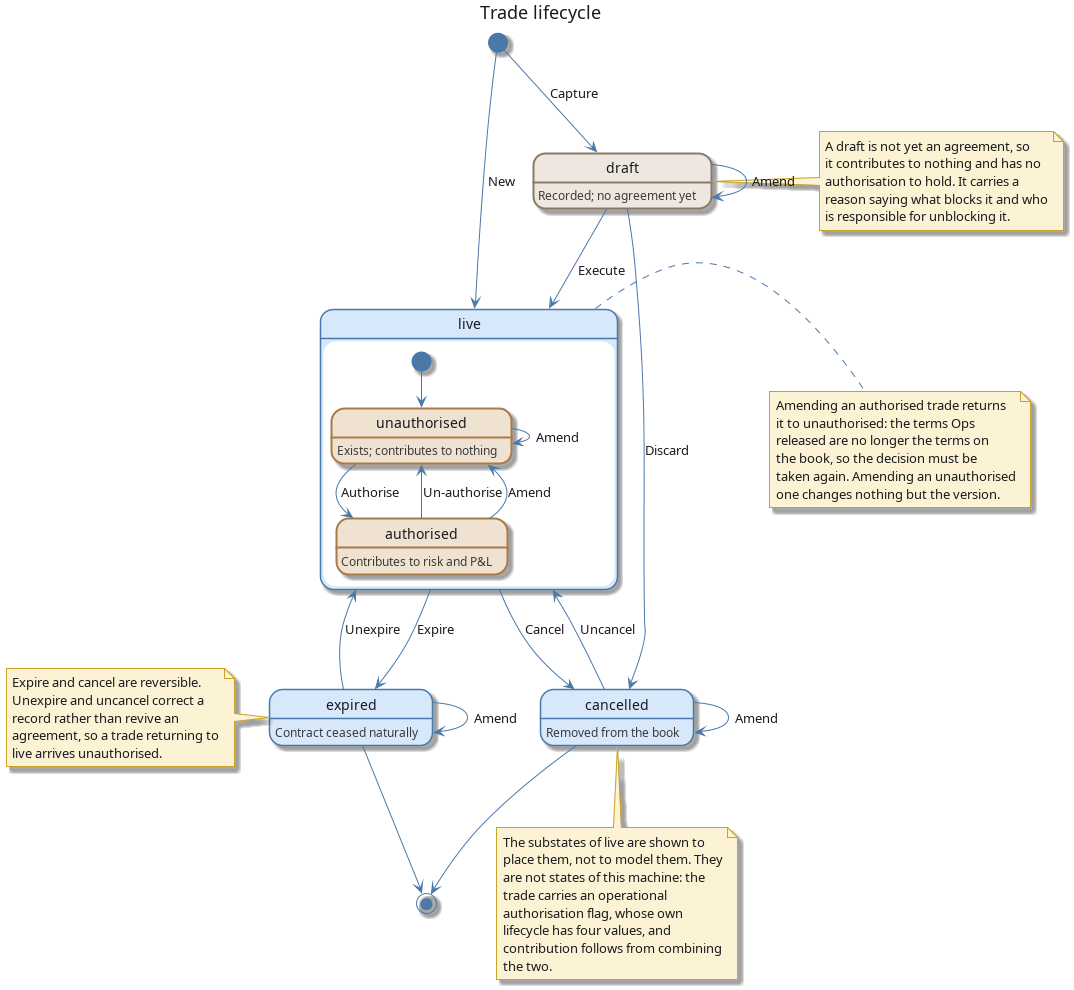
OreStudio/OreStudio keeps this PlantUML diagram as doc/knowledge/domain/trade_status_lifecycle.png. Above is the earlier version. Its source is kept beside it as doc/knowledge/domain/trade_status_lifecycle.puml.
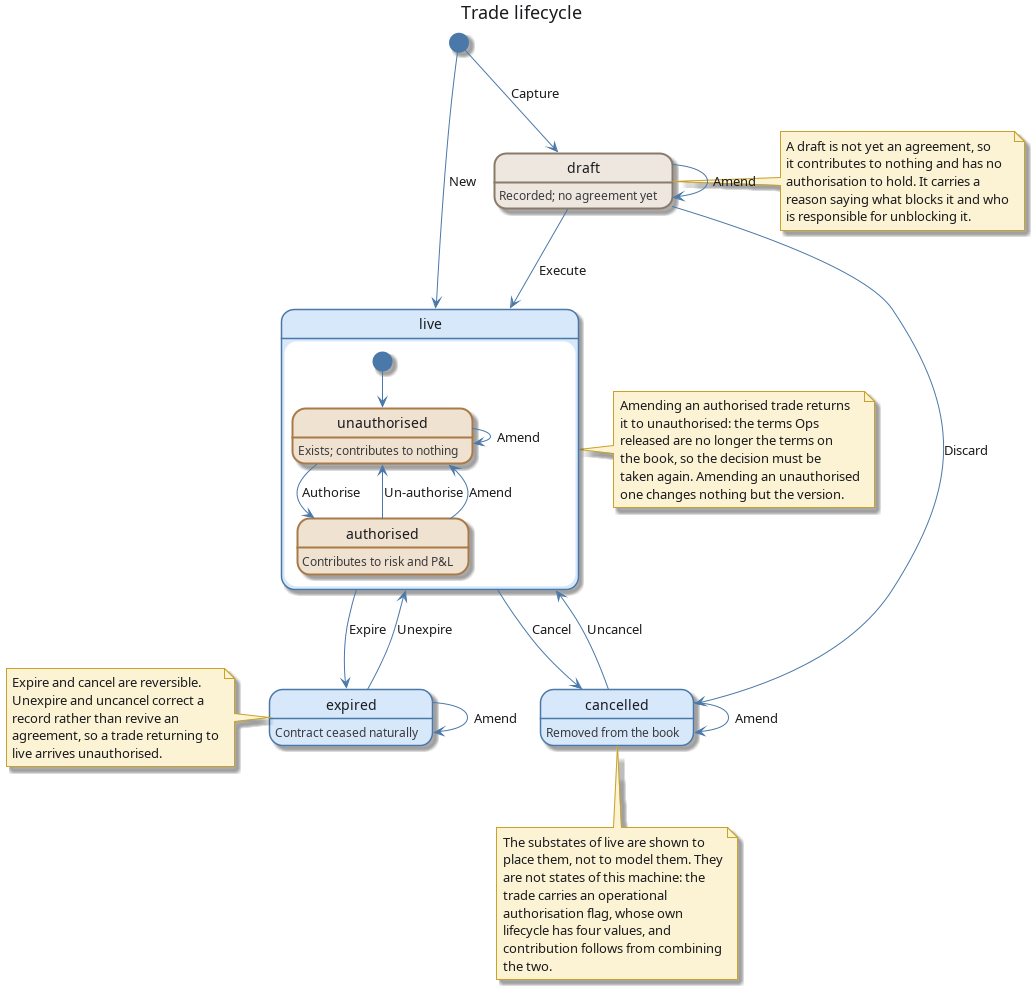
After the change.

Diff of the diagram source:
```diff
@@ -56,8 +56,6 @@
 Cancelled --> Live : Uncancel
 Expired --> Expired : Amend
 Cancelled --> Cancelled : Amend
-Expired --> [*]
-Cancelled --> [*]
 
 note right of Live
   Amending an authorised trade returns
```
